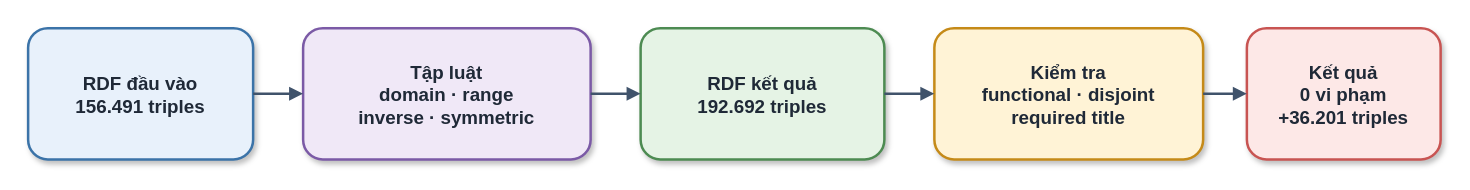
Before: report_latex/images/sources/semantic_reasoning.drawio in khanhhk/advanced_database, a draw.io diagram. Source tidied: cells renumbered, new cells numbered last; positions are measured from the earlier drawing's top-left corner, leaving out a move shared by most shapes. Both pictures are drawn from the tidied source at 125%, with x=0, y=0 at pixel (28, 28).
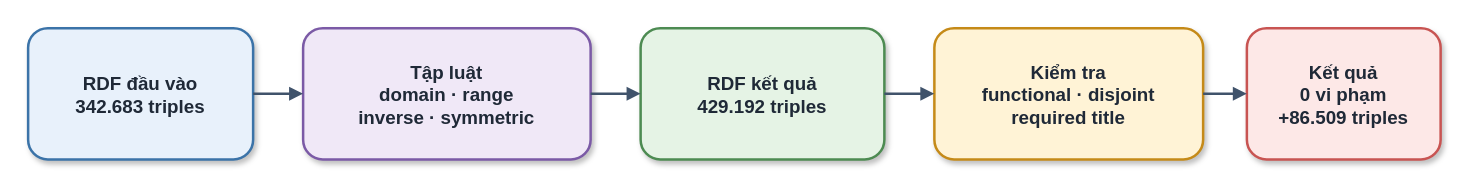
Above is the later version.

Change to the diagram source:
```diff
@@
 <mxGraphModel>
   <root>
     <mxCell id="0" />
     <mxCell id="1" parent="0" />
-    <mxCell id="2" value="RDF đầu vào&#10;156.491 triples" style="rounded=1;whiteSpace=wrap;html=1;fillColor=#E8F1FB;strokeColor=#3B73A8;strokeWidth=2;fontSize=15;fontColor=#1F2937;fontStyle=1;spacing=8;shadow=1;" parent="1" vertex="1">
+    <mxCell id="2" value="RDF đầu vào&#10;342.683 triples" style="rounded=1;whiteSpace=wrap;html=1;fillColor=#E8F1FB;strokeColor=#3B73A8;strokeWidth=2;fontSize=15;fontColor=#1F2937;fontStyle=1;spacing=8;shadow=1;" parent="1" vertex="1">
       <mxGeometry width="180" height="105" as="geometry" />
     </mxCell>
     <mxCell id="3" value="Tập luật&#10;domain · range&#10;inverse · symmetric" style="rounded=1;whiteSpace=wrap;html=1;fillColor=#F0E8F7;strokeColor=#7B5AA6;strokeWidth=2;fontSize=15;fontColor=#1F2937;fontStyle=1;spacing=8;shadow=1;" parent="1" vertex="1">
       <mxGeometry x="220" width="230" height="105" as="geometry" />
     </mxCell>
-    <mxCell id="4" value="RDF kết quả&#10;192.692 triples" style="rounded=1;whiteSpace=wrap;html=1;fillColor=#E5F3E5;strokeColor=#4D8B52;strokeWidth=2;fontSize=15;fontColor=#1F2937;fontStyle=1;spacing=8;shadow=1;" parent="1" vertex="1">
+    <mxCell id="4" value="RDF kết quả&#10;429.192 triples" style="rounded=1;whiteSpace=wrap;html=1;fillColor=#E5F3E5;strokeColor=#4D8B52;strokeWidth=2;fontSize=15;fontColor=#1F2937;fontStyle=1;spacing=8;shadow=1;" parent="1" vertex="1">
       <mxGeometry x="490" width="195" height="105" as="geometry" />
     </mxCell>
     <mxCell id="5" value="Kiểm tra&#10;functional · disjoint&#10;required title" style="rounded=1;whiteSpace=wrap;html=1;fillColor=#FFF3D6;strokeColor=#C58A18;strokeWidth=2;fontSize=15;fontColor=#1F2937;fontStyle=1;spacing=8;shadow=1;" parent="1" vertex="1">
       <mxGeometry x="725" width="215" height="105" as="geometry" />
     </mxCell>
-    <mxCell id="6" value="Kết quả&#10;0 vi phạm&#10;+36.201 triples" style="rounded=1;whiteSpace=wrap;html=1;fillColor=#FDE8E7;strokeColor=#C85452;strokeWidth=2;fontSize=15;fontColor=#1F2937;fontStyle=1;spacing=8;shadow=1;" parent="1" vertex="1">
+    <mxCell id="6" value="Kết quả&#10;0 vi phạm&#10;+86.509 triples" style="rounded=1;whiteSpace=wrap;html=1;fillColor=#FDE8E7;strokeColor=#C85452;strokeWidth=2;fontSize=15;fontColor=#1F2937;fontStyle=1;spacing=8;shadow=1;" parent="1" vertex="1">
       <mxGeometry x="975" width="155" height="105" as="geometry" />
     </mxCell>
     <mxCell id="7" style="edgeStyle=orthogonalEdgeStyle;rounded=1;jettySize=auto;html=1;endArrow=block;endFill=1;strokeColor=#40536B;strokeWidth=2;fontSize=13;fontColor=#2F3B4A;labelBackgroundColor=#FFFFFF;spacingBottom=8;exitX=1;exitY=0.5;exitDx=0;exitDy=0;entryX=0;entryY=0.5;entryDx=0;entryDy=0;" parent="1" edge="1" source="2" target="3">
       <mxGeometry y="-12" relative="1" as="geometry" />
     </mxCell>
     <mxCell id="8" style="edgeStyle=orthogonalEdgeStyle;rounded=1;jettySize=auto;html=1;endArrow=block;endFill=1;strokeColor=#40536B;strokeWidth=2;fontSize=13;fontColor=#2F3B4A;labelBackgroundColor=#FFFFFF;spacingBottom=8;exitX=1;exitY=0.5;exitDx=0;exitDy=0;entryX=0;entryY=0.5;entryDx=0;entryDy=0;" parent="1" edge="1" source="3" target="4">
       <mxGeometry y="-12" relative="1" as="geometry" />
     </mxCell>
     <mxCell id="9" style="edgeStyle=orthogonalEdgeStyle;rounded=1;jettySize=auto;html=1;endArrow=block;endFill=1;strokeColor=#40536B;strokeWidth=2;fontSize=13;fontColor=#2F3B4A;labelBackgroundColor=#FFFFFF;spacingBottom=8;exitX=1;exitY=0.5;exitDx=0;exitDy=0;entryX=0;entryY=0.5;entryDx=0;entryDy=0;" parent="1" edge="1" source="4" target="5">
       <mxGeometry y="-12" relative="1" as="geometry" />
     </mxCell>
     <mxCell id="10" style="edgeStyle=orthogonalEdgeStyle;rounded=1;jettySize=auto;html=1;endArrow=block;endFill=1;strokeColor=#40536B;strokeWidth=2;fontSize=13;fontColor=#2F3B4A;labelBackgroundColor=#FFFFFF;spacingBottom=8;exitX=1;exitY=0.5;exitDx=0;exitDy=0;entryX=0;entryY=0.5;entryDx=0;entryDy=0;" parent="1" edge="1" source="5" target="6">
       <mxGeometry y="-12" relative="1" as="geometry" />
     </mxCell>
   </root>
 </mxGraphModel>
```
